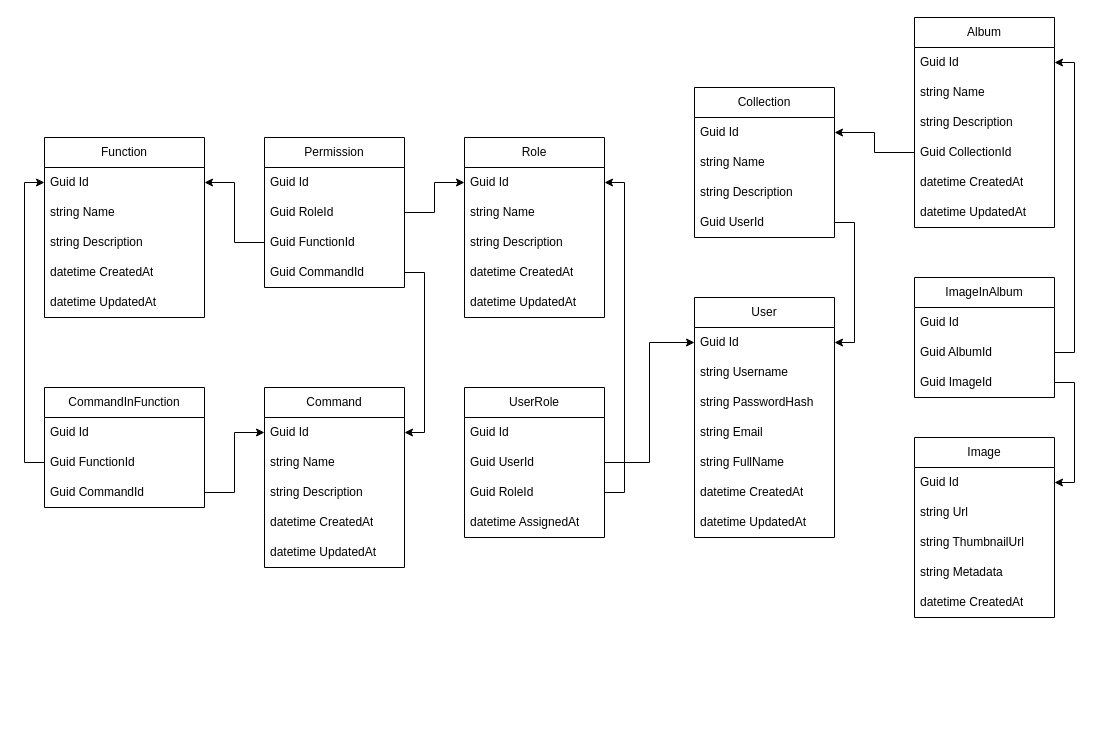
Before: ImageStored/systemUML.drawio in lanhdevGH/DesignSystem, a draw.io diagram. Source tidied: cells renumbered, new cells numbered last; positions are measured from the earlier drawing's top-left corner, leaving out a move shared by most shapes. Both pictures are drawn from the tidied source at 100%, with x=0, y=0 at pixel (44, 17).
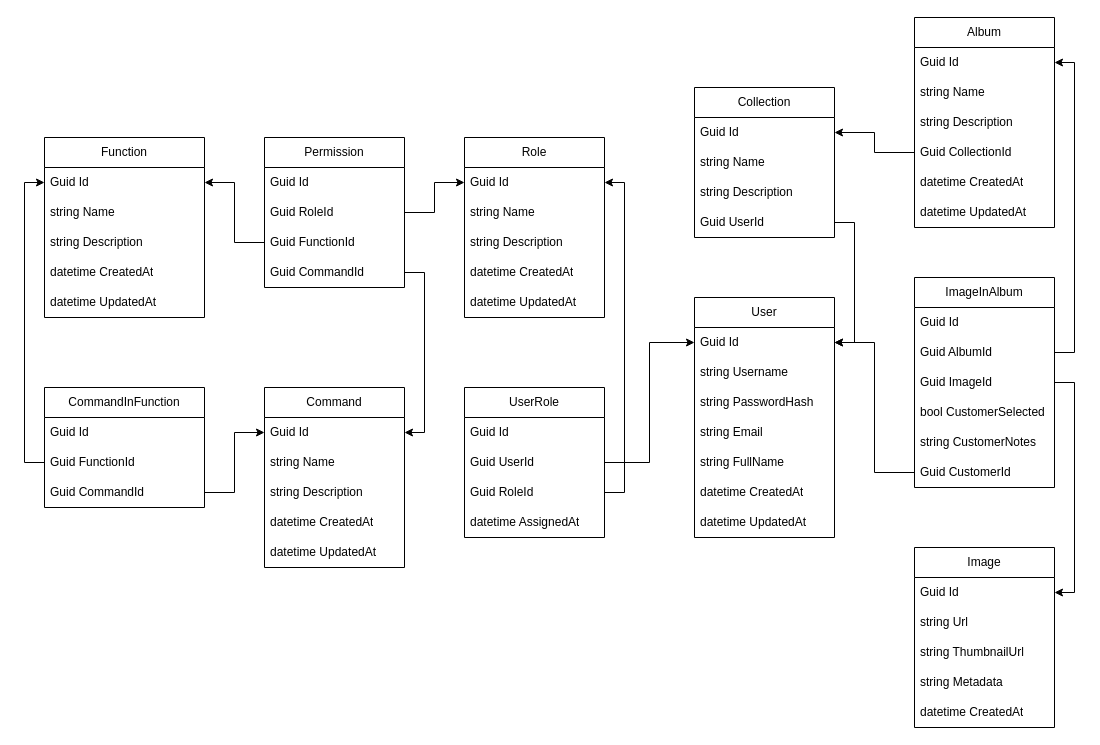
After the change.

The change refers to these unchanged cells:
```xml
<mxCell id="15" value="Guid Id" style="text;strokeColor=none;fillColor=none;align=left;verticalAlign=middle;spacingLeft=4;spacingRight=4;overflow=hidden;points=[[0,0.5],[1,0.5]];portConstraint=eastwest;whiteSpace=wrap;html=1;" parent="14" vertex="1">
  <mxGeometry y="30" width="140" height="30" as="geometry" />
</mxCell>
```

Change to the diagram source:
```diff
@@
     <mxCell id="22" value="Image" style="swimlane;fontStyle=0;horizontal=1;startSize=30;whiteSpace=wrap;html=1;" parent="1" vertex="1">
-      <mxGeometry x="870" y="420" width="140" height="180" as="geometry" />
+      <mxGeometry x="870" y="530" width="140" height="180" as="geometry" />
     </mxCell>
@@
     <mxCell id="60" value="ImageInAlbum" style="swimlane;fontStyle=0;horizontal=1;startSize=30;whiteSpace=wrap;html=1;" parent="1" vertex="1">
-      <mxGeometry x="870" y="260" width="140" height="120" as="geometry" />
+      <mxGeometry x="870" y="260" width="140" height="210" as="geometry" />
     </mxCell>
@@
+    <mxCell id="75" value="bool CustomerSelected" style="text;strokeColor=none;fillColor=none;align=left;verticalAlign=middle;spacingLeft=4;spacingRight=4;overflow=hidden;whiteSpace=wrap;html=1;" parent="60" vertex="1">
+      <mxGeometry y="120" width="140" height="30" as="geometry" />
+    </mxCell>
+    <mxCell id="76" value="string CustomerNotes" style="text;strokeColor=none;fillColor=none;align=left;verticalAlign=middle;spacingLeft=4;spacingRight=4;overflow=hidden;whiteSpace=wrap;html=1;" parent="60" vertex="1">
+      <mxGeometry y="150" width="140" height="30" as="geometry" />
+    </mxCell>
+    <mxCell id="77" value="Guid CustomerId" style="text;strokeColor=none;fillColor=none;align=left;verticalAlign=middle;spacingLeft=4;spacingRight=4;overflow=hidden;points=[[0,0.5],[1,0.5]];portConstraint=eastwest;whiteSpace=wrap;html=1;" parent="60" vertex="1">
+      <mxGeometry y="180" width="140" height="30" as="geometry" />
+    </mxCell>
@@
+    <mxCell id="78" style="edgeStyle=orthogonalEdgeStyle;rounded=0;jettySize=auto;html=1;entryX=1;entryY=0.5;entryDx=0;entryDy=0;" parent="1" edge="1" source="77" target="15">
+      <mxGeometry relative="1" as="geometry" />
+    </mxCell>
```
